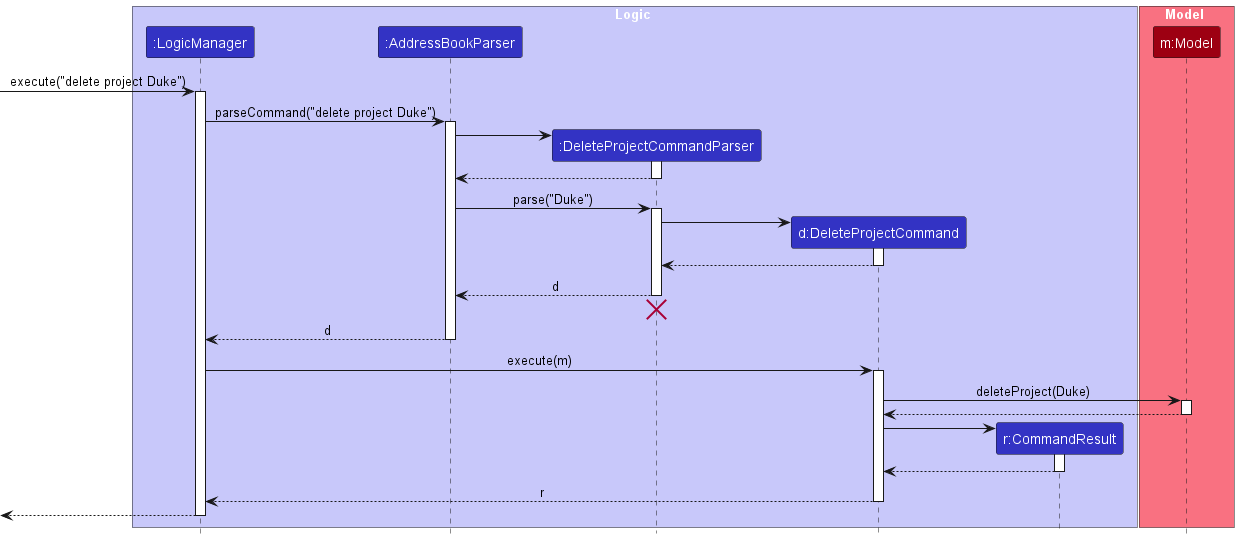
Before: docs/images/DeleteProjectSequenceDiagram.png, a diagram exported from PlantUML (AY2324S2-CS2103T-W08-4/tp). Source of this version:
```plantuml
@startuml
!include style.puml
skinparam ArrowFontStyle plain

box Logic LOGIC_COLOR_T1
participant ":LogicManager" as LogicManager LOGIC_COLOR
participant ":AddressBookParser" as AddressBookParser LOGIC_COLOR
participant ":DeleteProjectCommandParser" as DeleteProjectCommandParser LOGIC_COLOR
participant "d:DeleteProjectCommand" as DeleteProjectCommand LOGIC_COLOR
participant "r:CommandResult" as CommandResult LOGIC_COLOR
end box

box Model MODEL_COLOR_T1
participant "m:Model" as Model MODEL_COLOR
end box

[-> LogicManager : execute("delete project Duke")
activate LogicManager

LogicManager -> AddressBookParser : parseCommand("delete project Duke")
activate AddressBookParser

create DeleteProjectCommandParser
AddressBookParser -> DeleteProjectCommandParser
activate DeleteProjectCommandParser

DeleteProjectCommandParser --> AddressBookParser
deactivate DeleteProjectCommandParser

AddressBookParser -> DeleteProjectCommandParser : parse("Duke")
activate DeleteProjectCommandParser

create DeleteProjectCommand
DeleteProjectCommandParser -> DeleteProjectCommand
activate DeleteProjectCommand

DeleteProjectCommand --> DeleteProjectCommandParser :
deactivate DeleteProjectCommand

DeleteProjectCommandParser --> AddressBookParser : d
deactivate DeleteProjectCommandParser
DeleteProjectCommandParser -[hidden]-> AddressBookParser
destroy DeleteProjectCommandParser

AddressBookParser --> LogicManager : d
deactivate AddressBookParser

LogicManager -> DeleteProjectCommand : execute(m)
activate DeleteProjectCommand

DeleteProjectCommand -> Model : deleteProject(Duke)
activate Model

Model --> DeleteProjectCommand
deactivate Model

create CommandResult
DeleteProjectCommand -> CommandResult
activate CommandResult

CommandResult --> DeleteProjectCommand
deactivate CommandResult

DeleteProjectCommand --> LogicManager : r
deactivate DeleteProjectCommand

[<--LogicManager
deactivate LogicManager
@enduml
```
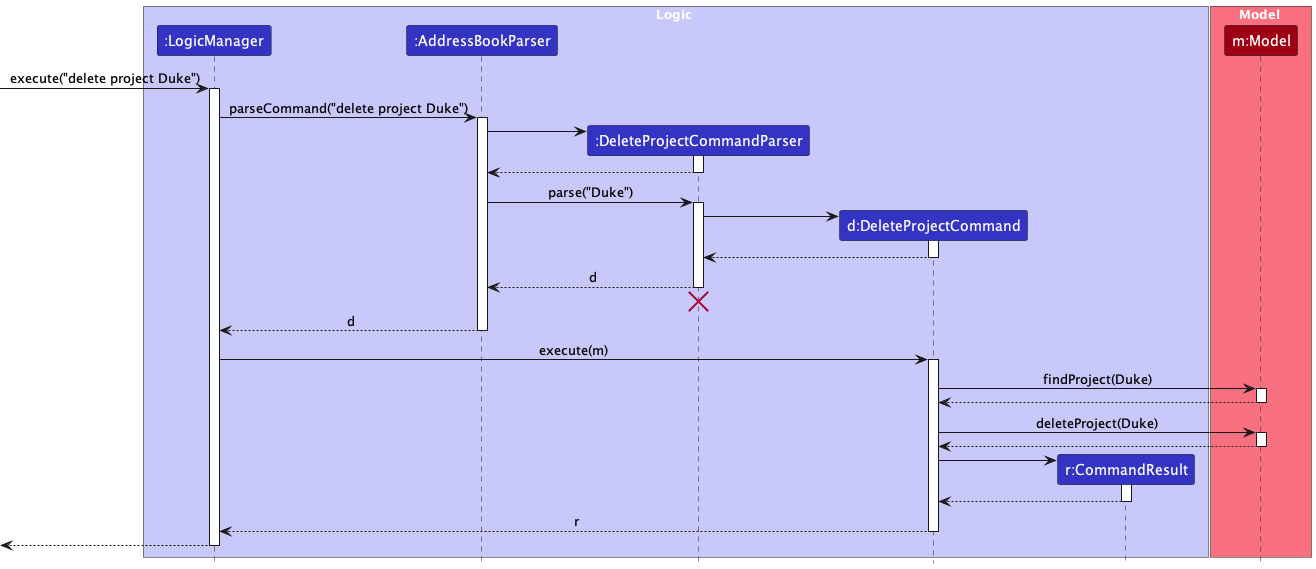
Later version of the same file.

The edit, as a diff of the source:
```diff
@@ -48,6 +48,12 @@
 LogicManager -> DeleteProjectCommand : execute(m)
 activate DeleteProjectCommand
 
+DeleteProjectCommand -> Model : findProject(Duke)
+activate Model
+
+Model --> DeleteProjectCommand
+deactivate Model
+
 DeleteProjectCommand -> Model : deleteProject(Duke)
 activate Model
 
```
